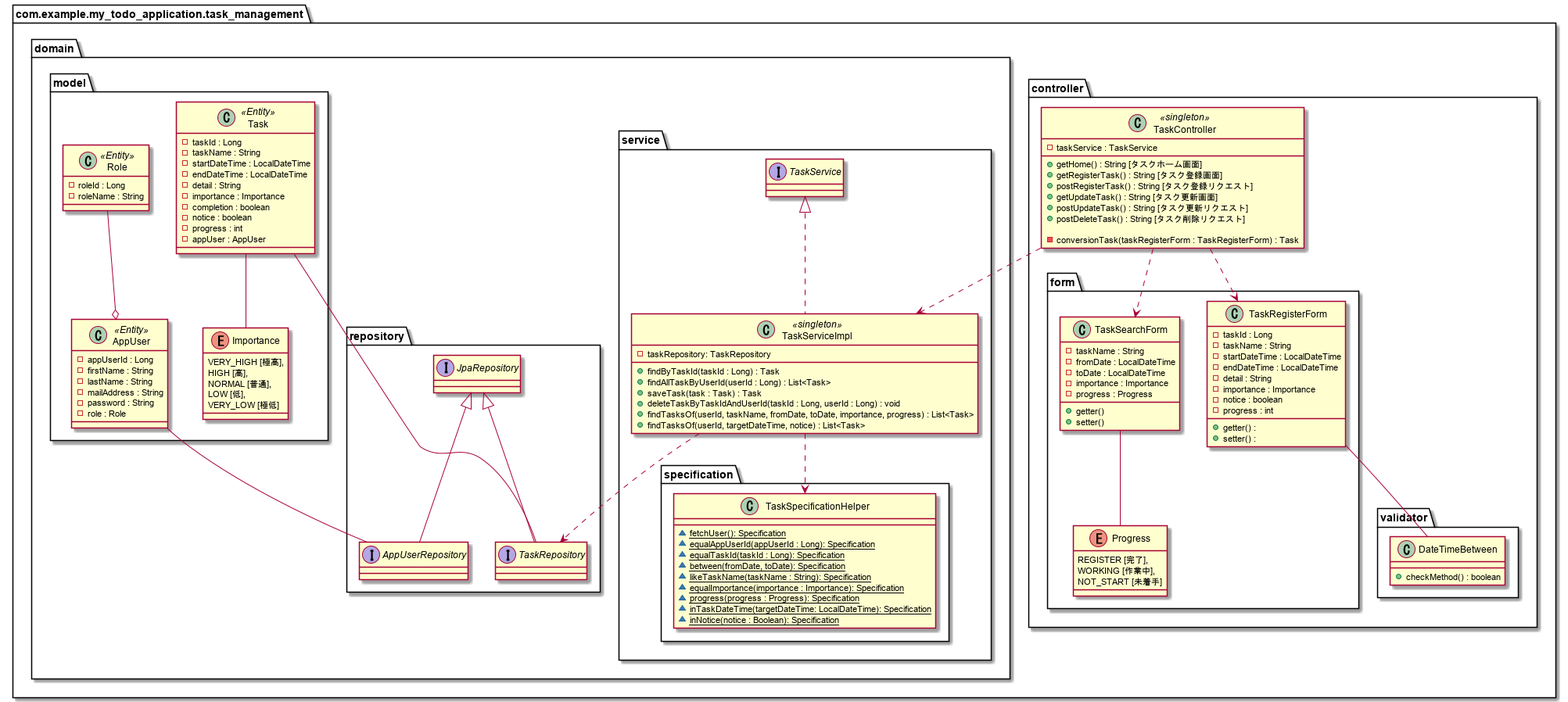
Before: plantuml/task_relation_class.png, a diagram exported from PlantUML (yasusi-1234/my_todo_application).
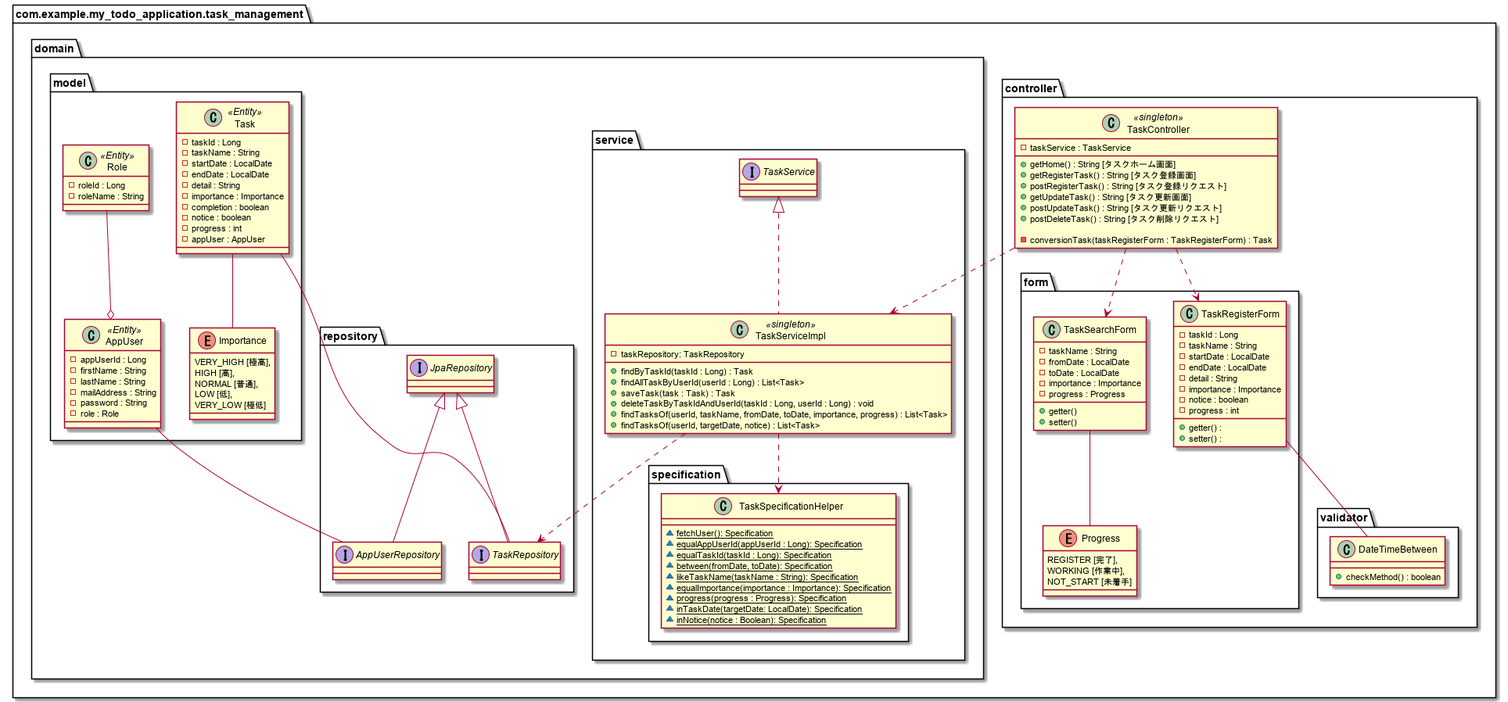
Above is the later version.

Commit message:
クラス図の修正

The edit, as a diff of the source:
```diff
@@ -19,8 +19,8 @@
             class TaskRegisterForm{
                 - taskId : Long
                 - taskName : String
-                - startDateTime : LocalDateTime
-                - endDateTime : LocalDateTime
+                - startDate : LocalDate
+                - endDate : LocalDate
                 - detail : String
                 - importance : Importance
                 - notice : boolean
@@ -32,8 +32,8 @@
 
             class TaskSearchForm{
                 - taskName : String
-                - fromDate : LocalDateTime
-                - toDate : LocalDateTime
+                - fromDate : LocalDate
+                - toDate : LocalDate
                 - importance : Importance
                 - progress : Progress
 
@@ -68,7 +68,7 @@
                 + saveTask(task : Task) : Task
                 + deleteTaskByTaskIdAndUserId(taskId : Long, userId : Long) : void
                 + findTasksOf(userId, taskName, fromDate, toDate, importance, progress) : List<Task>
-                + findTasksOf(userId, targetDateTime, notice) : List<Task>
+                + findTasksOf(userId, targetDate, notice) : List<Task>
             }
 
             package specification{
@@ -80,7 +80,7 @@
                     ~ {static} likeTaskName(taskName : String): Specification
                     ~ {static} equalImportance(importance : Importance): Specification
                     ~ {static} progress(progress : Progress): Specification
-                    ~ {static} inTaskDateTime(targetDateTime: LocalDateTime): Specification
+                    ~ {static} inTaskDate(targetDate: LocalDate): Specification
                     ~ {static} inNotice(notice : Boolean): Specification
                 }
             }
@@ -114,8 +114,8 @@
             class Task <<Entity>>{
                 - taskId : Long
                 - taskName : String
-                - startDateTime : LocalDateTime
-                - endDateTime : LocalDateTime
+                - startDate : LocalDate
+                - endDate : LocalDate
                 - detail : String
                 - importance : Importance
                 - completion : boolean
```
